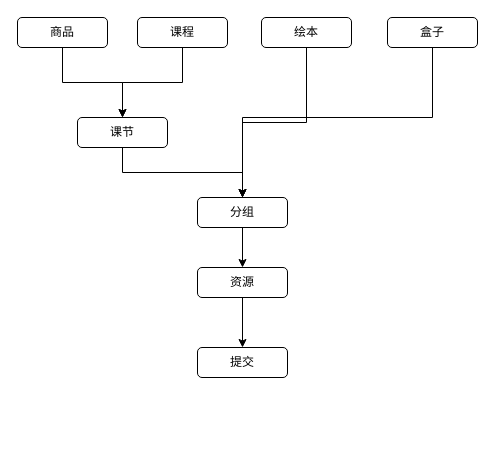
The draw.io diagram 未命名绘图.drawio in little-bee-zz/draw, before the edit. Source tidied: cells renumbered, new cells numbered last; positions are measured from the earlier drawing's top-left corner, leaving out a move shared by most shapes. Both pictures are drawn from the tidied source at 100%, with x=0, y=0 at pixel (17, 17).
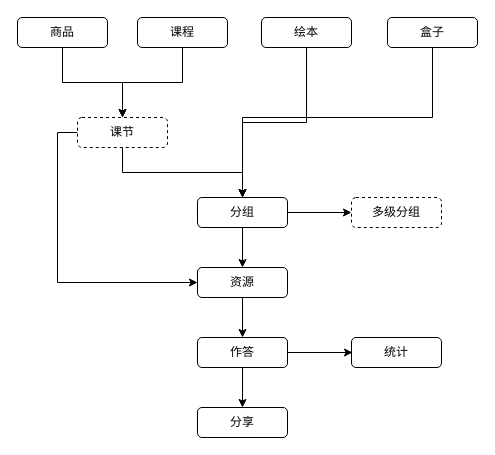
After the change.

Unchanged cells that the change refers to:
```xml
<mxCell id="13" value="分组" style="rounded=1;whiteSpace=wrap;html=1;" parent="1" vertex="1">
  <mxGeometry x="180" y="180" width="90" height="30" as="geometry" />
</mxCell>
<mxCell id="15" value="资源" style="rounded=1;whiteSpace=wrap;html=1;" parent="1" vertex="1">
  <mxGeometry x="180" y="250" width="90" height="30" as="geometry" />
</mxCell>
```

Change to the diagram source:
```diff
@@
+    <mxCell id="17" style="edgeStyle=orthogonalEdgeStyle;rounded=0;jettySize=auto;html=1;entryX=0;entryY=0.5;entryDx=0;entryDy=0;exitX=0;exitY=0.5;exitDx=0;exitDy=0;" parent="1" edge="1" source="11" target="15">
+      <mxGeometry relative="1" as="geometry" />
+    </mxCell>
-    <mxCell id="11" value="课节" style="rounded=1;whiteSpace=wrap;html=1;" parent="1" vertex="1">
+    <mxCell id="11" value="课节" style="rounded=1;whiteSpace=wrap;html=1;dashed=1;" parent="1" vertex="1">
       <mxGeometry x="60" y="100" width="90" height="30" as="geometry" />
     </mxCell>
@@
+    <mxCell id="18" style="edgeStyle=orthogonalEdgeStyle;rounded=0;jettySize=auto;html=1;entryX=0;entryY=0.5;entryDx=0;entryDy=0;" parent="1" edge="1" source="13" target="23">
+      <mxGeometry relative="1" as="geometry" />
+    </mxCell>
@@
+    <mxCell id="19" style="edgeStyle=orthogonalEdgeStyle;rounded=0;jettySize=auto;html=1;entryX=0.5;entryY=0;entryDx=0;entryDy=0;" parent="1" edge="1" source="16" target="21">
+      <mxGeometry relative="1" as="geometry" />
+    </mxCell>
+    <mxCell id="20" style="edgeStyle=orthogonalEdgeStyle;rounded=0;jettySize=auto;html=1;" parent="1" edge="1" source="16">
+      <mxGeometry relative="1" as="geometry">
+        <mxPoint x="335" y="335" as="targetPoint" />
+      </mxGeometry>
+    </mxCell>
-    <mxCell id="16" value="提交" style="rounded=1;whiteSpace=wrap;html=1;" parent="1" vertex="1">
-      <mxGeometry x="180" y="330" width="90" height="30" as="geometry" />
+    <mxCell id="16" value="作答" style="rounded=1;whiteSpace=wrap;html=1;" parent="1" vertex="1">
+      <mxGeometry x="180" y="320" width="90" height="30" as="geometry" />
     </mxCell>
+    <mxCell id="21" value="分享" style="rounded=1;whiteSpace=wrap;html=1;" parent="1" vertex="1">
+      <mxGeometry x="180" y="390" width="90" height="30" as="geometry" />
+    </mxCell>
+    <mxCell id="22" value="统计" style="rounded=1;whiteSpace=wrap;html=1;" parent="1" vertex="1">
+      <mxGeometry x="334" y="320" width="90" height="30" as="geometry" />
+    </mxCell>
+    <mxCell id="23" value="多级分组" style="rounded=1;whiteSpace=wrap;html=1;dashed=1;" parent="1" vertex="1">
+      <mxGeometry x="334" y="180" width="90" height="30" as="geometry" />
+    </mxCell>
```
